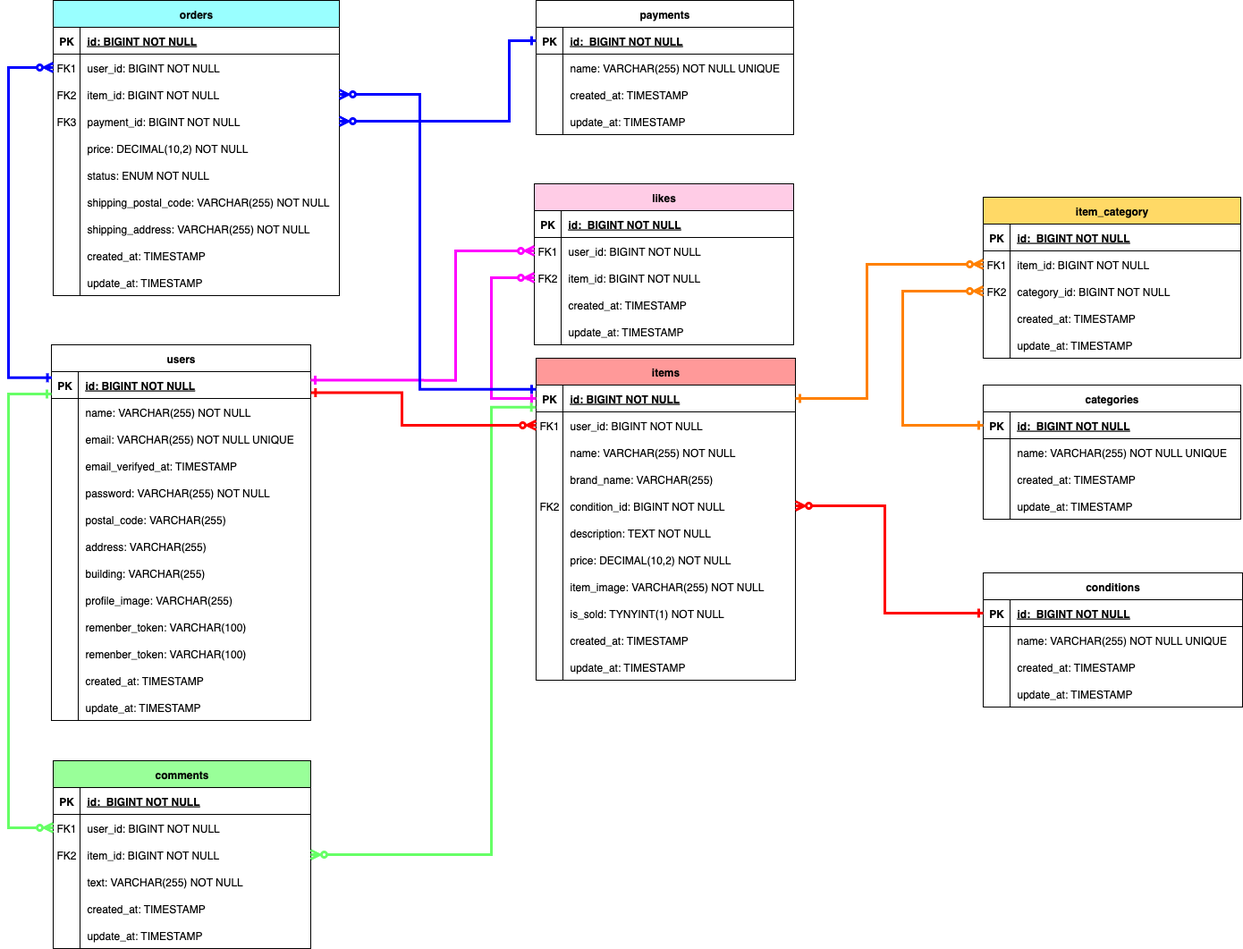
pon02/coachtech-flea-market keeps this draw.io diagram as img/ER図.png. Above is the earlier version. Source tidied: cells renumbered, new cells last; positions are measured from the earlier drawing's top-left corner, leaving out a move shared by most shapes.
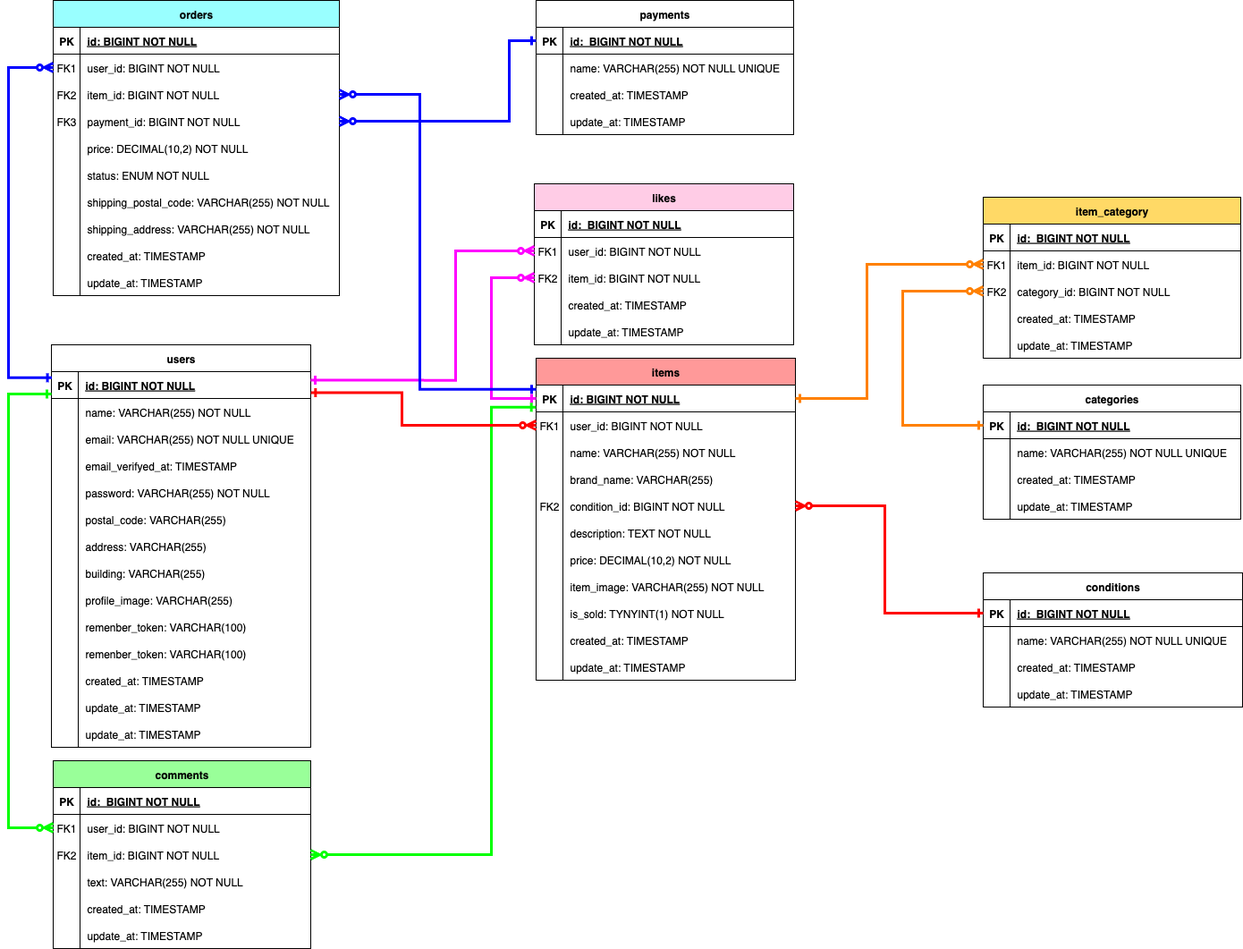
Above is the later version.

What changed in the source:
```diff
@@ -135,7 +135,7 @@
       <mxGeometry x="30" width="258" height="30" as="geometry" />
     </mxCell>
     <mxCell id="46" value="users" style="shape=table;startSize=30;rowLines=0;fontStyle=1;align=center;fillColor=#FFFFFF;swimlaneFillColor=default;" parent="1" vertex="1">
-      <mxGeometry x="48" y="385" width="290" height="420" as="geometry" />
+      <mxGeometry x="48" y="385" width="290" height="450" as="geometry" />
     </mxCell>
     <mxCell id="47" style="shape=partialRectangle;fillColor=none;points=[[0,0.5],[1,0.5]];portConstraint=eastwest;top=0;left=0;right=0;bottom=1;" parent="46" vertex="1">
       <mxGeometry y="30" width="290" height="30" as="geometry" />
@@ -245,8 +245,17 @@
     <mxCell id="82" value="created_at: TIMESTAMP" style="shape=partialRectangle;overflow=hidden;fillColor=none;top=0;left=0;bottom=0;right=0;align=left;spacingLeft=6;" parent="80" vertex="1">
       <mxGeometry x="30" width="260" height="30" as="geometry" />
     </mxCell>
+    <mxCell id="208" style="shape=partialRectangle;fillColor=none;top=0;left=0;right=0;bottom=0;" parent="46" vertex="1">
+      <mxGeometry y="390" width="290" height="30" as="geometry" />
+    </mxCell>
+    <mxCell id="209" style="shape=partialRectangle;overflow=hidden;fillColor=none;top=0;left=0;bottom=0;right=0;" parent="208" vertex="1">
+      <mxGeometry width="30" height="30" as="geometry" />
+    </mxCell>
+    <mxCell id="210" value="update_at: TIMESTAMP" style="shape=partialRectangle;overflow=hidden;fillColor=none;top=0;left=0;bottom=0;right=0;align=left;spacingLeft=6;" parent="208" vertex="1">
+      <mxGeometry x="30" width="260" height="30" as="geometry" />
+    </mxCell>
     <mxCell id="83" style="shape=partialRectangle;fillColor=none;top=0;left=0;right=0;bottom=0;" parent="46" vertex="1">
-      <mxGeometry y="390" width="290" height="30" as="geometry" />
+      <mxGeometry y="420" width="290" height="30" as="geometry" />
     </mxCell>
     <mxCell id="84" style="shape=partialRectangle;overflow=hidden;fillColor=none;top=0;left=0;bottom=0;right=0;" parent="83" vertex="1">
       <mxGeometry width="30" height="30" as="geometry" />
@@ -650,7 +659,7 @@
         </Array>
       </mxGeometry>
     </mxCell>
-    <mxCell id="205" style="endArrow=ERone;startArrow=ERzeroToMany;html=1;rounded=0;exitX=0;exitY=0.5;exitDx=0;exitDy=0;edgeStyle=orthogonalEdgeStyle;startFill=0;endFill=0;strokeColor=#66FF66;strokeWidth=3;" parent="1" edge="1" source="148">
+    <mxCell id="205" style="endArrow=ERone;startArrow=ERzeroToMany;html=1;rounded=0;exitX=0;exitY=0.5;exitDx=0;exitDy=0;edgeStyle=orthogonalEdgeStyle;startFill=0;endFill=0;strokeColor=#00FF00;strokeWidth=3;" parent="1" edge="1" source="148">
       <mxGeometry relative="1" as="geometry">
         <mxPoint x="48" y="440" as="targetPoint" />
         <Array as="points">
@@ -659,7 +668,7 @@
         </Array>
       </mxGeometry>
     </mxCell>
-    <mxCell id="206" style="endArrow=ERone;startArrow=ERzeroToMany;html=1;rounded=0;exitX=1;exitY=0.5;exitDx=0;exitDy=0;entryX=-0.001;entryY=0.827;entryDx=0;entryDy=0;edgeStyle=orthogonalEdgeStyle;endFill=0;startFill=0;strokeColor=#66FF66;strokeWidth=3;entryPerimeter=0;" parent="1" edge="1" source="151" target="164">
+    <mxCell id="206" style="endArrow=ERone;startArrow=ERzeroToMany;html=1;rounded=0;exitX=1;exitY=0.5;exitDx=0;exitDy=0;entryX=-0.001;entryY=0.827;entryDx=0;entryDy=0;edgeStyle=orthogonalEdgeStyle;endFill=0;startFill=0;strokeColor=#00FF00;strokeWidth=3;entryPerimeter=0;" parent="1" edge="1" source="151" target="164">
       <mxGeometry relative="1" as="geometry">
         <Array as="points">
           <mxPoint x="540" y="955" />
```
